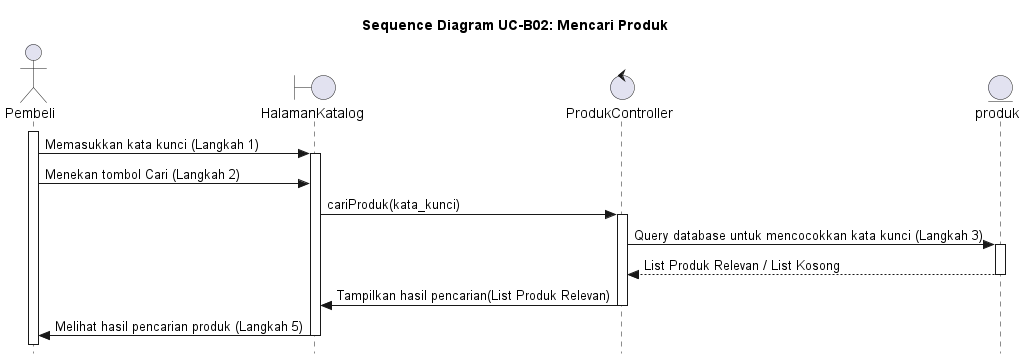
Above: out/UC-B02/SD-UC-B02_MencariProduk.png in alfiahnurfa/RSI-PROYEK-AKHIR-SEQUENCE (PlantUML), before the change.
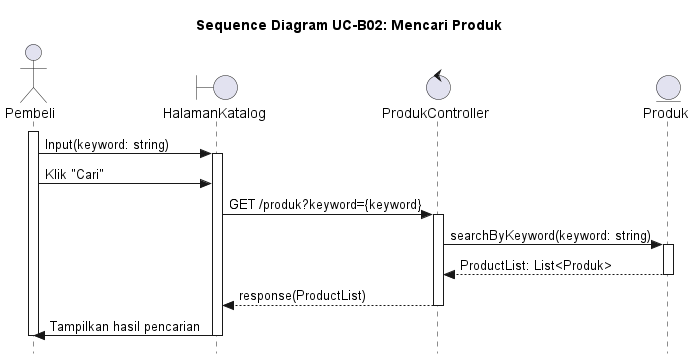
Later version of the same file.

What changed in the source:
```diff
@@ -5,29 +5,27 @@
 actor Pembeli
 boundary HalamanKatalog
 control ProdukController
-entity produk
+entity Produk
 
 activate Pembeli
-Pembeli -> HalamanKatalog : Memasukkan kata kunci (Langkah 1)
+Pembeli -> HalamanKatalog : Input(keyword: string)
 activate HalamanKatalog
 
-Pembeli -> HalamanKatalog : Menekan tombol Cari (Langkah 2)
+Pembeli -> HalamanKatalog : Klik "Cari"
 
-HalamanKatalog -> ProdukController : cariProduk(kata_kunci)
+HalamanKatalog -> ProdukController : GET /produk?keyword={keyword}
 activate ProdukController
 
-ProdukController -> produk : Query database untuk mencocokkan kata kunci (Langkah 3)
-activate produk
-return List Produk Relevan / List Kosong
-ProdukController -> HalamanKatalog : Tampilkan hasil pencarian(List Produk Relevan)
+ProdukController -> Produk : searchByKeyword(keyword: string)
+activate Produk
+Produk --> ProdukController : ProductList: List<Produk>
+deactivate Produk
+
+ProdukController --> HalamanKatalog : response(ProductList)
 deactivate ProdukController
 
-HalamanKatalog -> Pembeli : Melihat hasil pencarian produk (Langkah 5)
-
-
-
-
+HalamanKatalog -> Pembeli : Tampilkan hasil pencarian
 deactivate HalamanKatalog
-deactivate produk
+deactivate Pembeli
 
 @enduml
```
